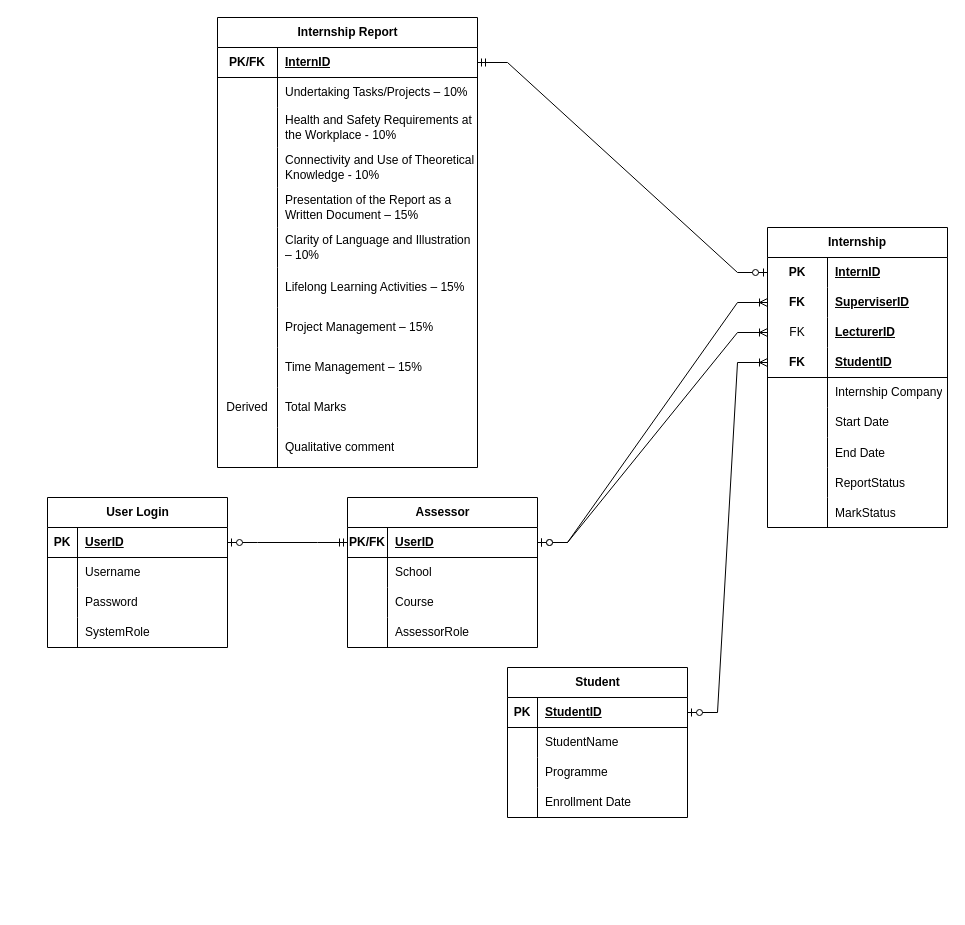
Aerodonn/Internship-Result-Management-System keeps this draw.io diagram as InternshipERDiagram.drawio. Above is the earlier version. Source tidied: cells renumbered, new cells numbered last; positions are measured from the earlier drawing's top-left corner, leaving out a move shared by most shapes. Both pictures are drawn from the tidied source at 100%, with x=0, y=0 at pixel (47, 17).
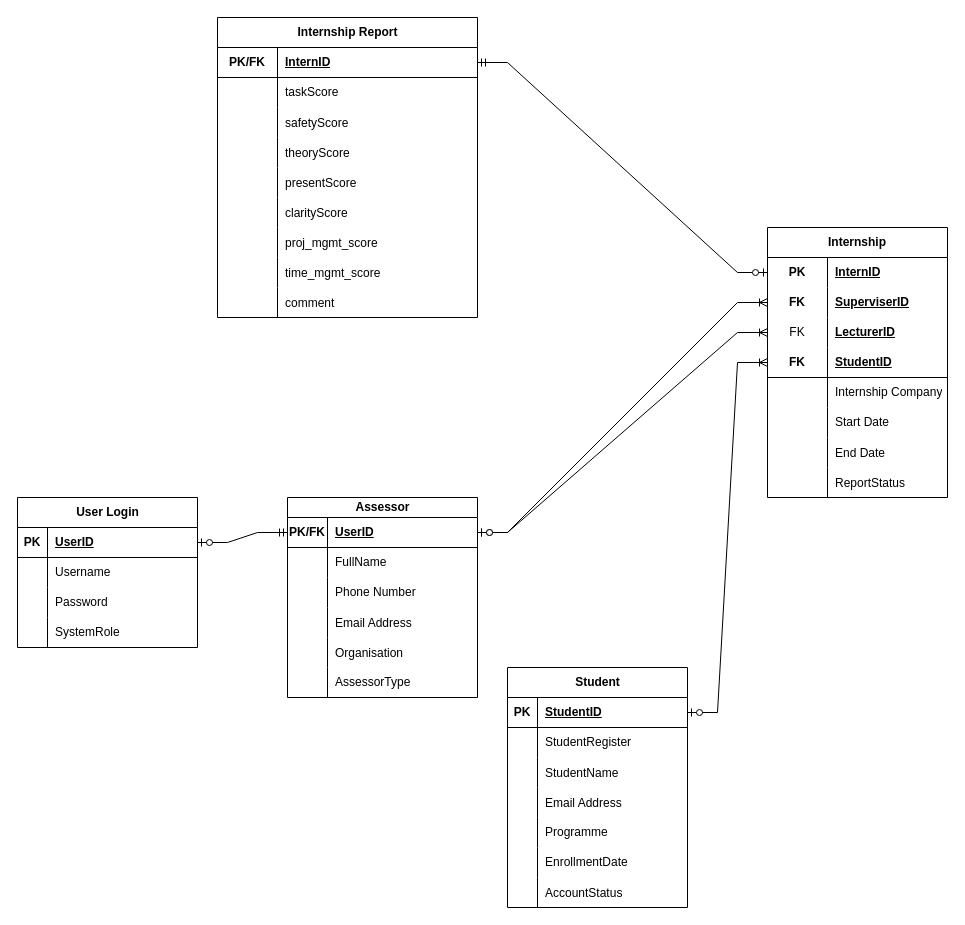
The same diagram, later.

Commit message (it also covers changes not shown here):
added table structure for sql, revised diagrams

Unchanged cells that the change refers to:
```xml
<mxCell id="6" style="shape=tableRow;horizontal=0;startSize=0;swimlaneHead=0;swimlaneBody=0;fillColor=none;top=0;left=0;right=0;bottom=0;" parent="2" vertex="1">
  <mxGeometry y="60" width="180" height="30" as="geometry" />
</mxCell>
<mxCell id="47" style="shape=tableRow;horizontal=0;startSize=0;swimlaneHead=0;swimlaneBody=0;fillColor=none;top=0;left=0;right=0;bottom=0;" parent="43" vertex="1">
  <mxGeometry y="60" width="260" height="30" as="geometry" />
</mxCell>
```

Diff of the diagram source:
```diff
@@
     <mxCell id="2" value="Student" style="shape=table;startSize=30;childLayout=tableLayout;rowLines=0;fontStyle=1;align=center;html=1;" parent="1" vertex="1">
-      <mxGeometry x="460" y="650" width="180" height="150" as="geometry" />
+      <mxGeometry x="460" y="650" width="180" height="240" as="geometry" />
     </mxCell>
@@
-    <mxCell id="8" value="StudentName" style="shape=partialRectangle;fillColor=none;top=0;left=0;bottom=0;right=0;align=left;spacingLeft=6;overflow=hidden;whiteSpace=wrap;html=1;" parent="6" vertex="1">
+    <mxCell id="8" value="StudentRegister" style="shape=partialRectangle;fillColor=none;top=0;left=0;bottom=0;right=0;align=left;spacingLeft=6;overflow=hidden;whiteSpace=wrap;html=1;" parent="6" vertex="1">
       <mxGeometry x="30" width="150" height="30" as="geometry" />
     </mxCell>
+    <mxCell id="108" style="shape=tableRow;horizontal=0;startSize=0;swimlaneHead=0;swimlaneBody=0;fillColor=none;top=0;left=0;right=0;bottom=0;" parent="2" vertex="1">
+      <mxGeometry y="90" width="180" height="30" as="geometry" />
+    </mxCell>
+    <mxCell id="109" style="shape=partialRectangle;fillColor=none;top=0;left=0;bottom=0;right=0;overflow=hidden;" parent="108" vertex="1">
+      <mxGeometry width="30" height="30" as="geometry" />
+    </mxCell>
+    <mxCell id="110" value="StudentName" style="shape=partialRectangle;fillColor=none;top=0;left=0;bottom=0;right=0;align=left;spacingLeft=6;overflow=hidden;" parent="108" vertex="1">
+      <mxGeometry x="30" width="150" height="30" as="geometry" />
+    </mxCell>
+    <mxCell id="111" style="shape=tableRow;horizontal=0;startSize=0;swimlaneHead=0;swimlaneBody=0;fillColor=none;top=0;left=0;right=0;bottom=0;" parent="2" vertex="1">
+      <mxGeometry y="120" width="180" height="30" as="geometry" />
+    </mxCell>
+    <mxCell id="112" style="shape=partialRectangle;fillColor=none;top=0;left=0;bottom=0;right=0;overflow=hidden;" parent="111" vertex="1">
+      <mxGeometry width="30" height="30" as="geometry" />
+    </mxCell>
+    <mxCell id="113" value="Email Address" style="shape=partialRectangle;fillColor=none;top=0;left=0;bottom=0;right=0;align=left;spacingLeft=6;overflow=hidden;" parent="111" vertex="1">
+      <mxGeometry x="30" width="150" height="30" as="geometry" />
+    </mxCell>
     <mxCell id="9" style="shape=tableRow;horizontal=0;startSize=0;swimlaneHead=0;swimlaneBody=0;fillColor=none;top=0;left=0;right=0;bottom=0;" parent="2" vertex="1">
-      <mxGeometry y="90" width="180" height="30" as="geometry" />
+      <mxGeometry y="150" width="180" height="30" as="geometry" />
     </mxCell>
@@
     <mxCell id="12" style="shape=tableRow;horizontal=0;startSize=0;swimlaneHead=0;swimlaneBody=0;fillColor=none;top=0;left=0;right=0;bottom=0;" parent="2" vertex="1">
-      <mxGeometry y="120" width="180" height="30" as="geometry" />
+      <mxGeometry y="180" width="180" height="30" as="geometry" />
     </mxCell>
@@
-    <mxCell id="14" value="Enrollment Date" style="shape=partialRectangle;fillColor=none;top=0;left=0;bottom=0;right=0;align=left;spacingLeft=6;overflow=hidden;whiteSpace=wrap;html=1;" parent="12" vertex="1">
+    <mxCell id="14" value="EnrollmentDate" style="shape=partialRectangle;fillColor=none;top=0;left=0;bottom=0;right=0;align=left;spacingLeft=6;overflow=hidden;whiteSpace=wrap;html=1;" parent="12" vertex="1">
       <mxGeometry x="30" width="150" height="30" as="geometry" />
     </mxCell>
+    <mxCell id="114" style="shape=tableRow;horizontal=0;startSize=0;swimlaneHead=0;swimlaneBody=0;fillColor=none;top=0;left=0;right=0;bottom=0;" parent="2" vertex="1">
+      <mxGeometry y="210" width="180" height="30" as="geometry" />
+    </mxCell>
+    <mxCell id="115" style="shape=partialRectangle;fillColor=none;top=0;left=0;bottom=0;right=0;overflow=hidden;" parent="114" vertex="1">
+      <mxGeometry width="30" height="30" as="geometry" />
+    </mxCell>
+    <mxCell id="116" value="AccountStatus" style="shape=partialRectangle;fillColor=none;top=0;left=0;bottom=0;right=0;align=left;spacingLeft=6;overflow=hidden;" parent="114" vertex="1">
+      <mxGeometry x="30" width="150" height="30" as="geometry" />
+    </mxCell>
     <mxCell id="15" value="Internship" style="shape=table;startSize=30;childLayout=tableLayout;rowLines=0;fontStyle=1;align=center;html=1;whiteSpace=wrap;" parent="1" vertex="1">
-      <mxGeometry x="720" y="210" width="180" height="300" as="geometry" />
+      <mxGeometry x="720" y="210" width="180" height="270" as="geometry" />
     </mxCell>
@@
-    <mxCell id="40" style="shape=tableRow;horizontal=0;startSize=0;swimlaneHead=0;swimlaneBody=0;fillColor=none;top=0;left=0;right=0;bottom=0;" parent="15" vertex="1">
-      <mxGeometry y="270" width="180" height="30" as="geometry" />
-    </mxCell>
-    <mxCell id="41" style="shape=partialRectangle;fillColor=none;top=0;left=0;bottom=0;right=0;overflow=hidden;" parent="40" vertex="1">
-      <mxGeometry width="60" height="30" as="geometry" />
-    </mxCell>
-    <mxCell id="42" value="MarkStatus" style="shape=partialRectangle;fillColor=none;top=0;left=0;bottom=0;right=0;align=left;spacingLeft=6;overflow=hidden;" parent="40" vertex="1">
-      <mxGeometry x="60" width="120" height="30" as="geometry" />
-    </mxCell>
     <mxCell id="43" value="Internship Report" style="shape=table;startSize=30;childLayout=tableLayout;rowLines=0;fontStyle=1;align=center;html=1;" parent="1" vertex="1">
-      <mxGeometry x="170" width="260" height="450" as="geometry" />
+      <mxGeometry x="170" width="260" height="300" as="geometry" />
     </mxCell>
@@
-    <mxCell id="49" value="Undertaking Tasks/Projects – 10%" style="shape=partialRectangle;fillColor=none;top=0;left=0;bottom=0;right=0;align=left;spacingLeft=6;overflow=hidden;whiteSpace=wrap;html=1;" parent="47" vertex="1">
+    <mxCell id="49" value="taskScore" style="shape=partialRectangle;fillColor=none;top=0;left=0;bottom=0;right=0;align=left;spacingLeft=6;overflow=hidden;whiteSpace=wrap;html=1;" parent="47" vertex="1">
       <mxGeometry x="60" width="200" height="30" as="geometry" />
     </mxCell>
-    <mxCell id="50" style="shape=tableRow;horizontal=0;startSize=0;swimlaneHead=0;swimlaneBody=0;fillColor=none;top=0;left=0;right=0;bottom=0;" parent="43" vertex="1">
-      <mxGeometry y="90" width="260" height="40" as="geometry" />
-    </mxCell>
-    <mxCell id="51" style="shape=partialRectangle;fillColor=none;top=0;left=0;bottom=0;right=0;overflow=hidden;whiteSpace=wrap;html=1;" parent="50" vertex="1">
-      <mxGeometry width="60" height="40" as="geometry" />
-    </mxCell>
-    <mxCell id="52" value="Health and Safety Requirements at the Workplace - 10%" style="shape=partialRectangle;fillColor=none;top=0;left=0;bottom=0;right=0;align=left;spacingLeft=6;overflow=hidden;whiteSpace=wrap;html=1;" parent="50" vertex="1">
-      <mxGeometry x="60" width="200" height="40" as="geometry" />
-    </mxCell>
-    <mxCell id="53" style="shape=tableRow;horizontal=0;startSize=0;swimlaneHead=0;swimlaneBody=0;fillColor=none;top=0;left=0;right=0;bottom=0;" parent="43" vertex="1">
-      <mxGeometry y="130" width="260" height="40" as="geometry" />
-    </mxCell>
-    <mxCell id="54" style="shape=partialRectangle;fillColor=none;top=0;left=0;bottom=0;right=0;overflow=hidden;whiteSpace=wrap;html=1;" parent="53" vertex="1">
-      <mxGeometry width="60" height="40" as="geometry" />
-    </mxCell>
-    <mxCell id="55" value="Connectivity and Use of Theoretical Knowledge - 10%" style="shape=partialRectangle;fillColor=none;top=0;left=0;bottom=0;right=0;align=left;spacingLeft=6;overflow=hidden;whiteSpace=wrap;html=1;" parent="53" vertex="1">
-      <mxGeometry x="60" width="200" height="40" as="geometry" />
-    </mxCell>
-    <mxCell id="56" style="shape=tableRow;horizontal=0;startSize=0;swimlaneHead=0;swimlaneBody=0;fillColor=none;top=0;left=0;right=0;bottom=0;" parent="43" vertex="1">
-      <mxGeometry y="170" width="260" height="40" as="geometry" />
-    </mxCell>
-    <mxCell id="57" style="shape=partialRectangle;fillColor=none;top=0;left=0;bottom=0;right=0;overflow=hidden;whiteSpace=wrap;html=1;" parent="56" vertex="1">
-      <mxGeometry width="60" height="40" as="geometry" />
-    </mxCell>
-    <mxCell id="58" value="Presentation of the Report as a Written Document – 15%" style="shape=partialRectangle;fillColor=none;top=0;left=0;bottom=0;right=0;align=left;spacingLeft=6;overflow=hidden;whiteSpace=wrap;html=1;" parent="56" vertex="1">
-      <mxGeometry x="60" width="200" height="40" as="geometry" />
-    </mxCell>
-    <mxCell id="59" style="shape=tableRow;horizontal=0;startSize=0;swimlaneHead=0;swimlaneBody=0;fillColor=none;top=0;left=0;right=0;bottom=0;" parent="43" vertex="1">
-      <mxGeometry y="210" width="260" height="40" as="geometry" />
-    </mxCell>
-    <mxCell id="60" style="shape=partialRectangle;fillColor=none;top=0;left=0;bottom=0;right=0;overflow=hidden;whiteSpace=wrap;html=1;" parent="59" vertex="1">
-      <mxGeometry width="60" height="40" as="geometry" />
-    </mxCell>
-    <mxCell id="61" value="Clarity of Language and Illustration – 10%" style="shape=partialRectangle;fillColor=none;top=0;left=0;bottom=0;right=0;align=left;spacingLeft=6;overflow=hidden;whiteSpace=wrap;html=1;" parent="59" vertex="1">
-      <mxGeometry x="60" width="200" height="40" as="geometry" />
-    </mxCell>
-    <mxCell id="62" style="shape=tableRow;horizontal=0;startSize=0;swimlaneHead=0;swimlaneBody=0;fillColor=none;top=0;left=0;right=0;bottom=0;" parent="43" vertex="1">
-      <mxGeometry y="250" width="260" height="40" as="geometry" />
-    </mxCell>
-    <mxCell id="63" style="shape=partialRectangle;fillColor=none;top=0;left=0;bottom=0;right=0;overflow=hidden;whiteSpace=wrap;html=1;" parent="62" vertex="1">
-      <mxGeometry width="60" height="40" as="geometry" />
-    </mxCell>
-    <mxCell id="64" value="Lifelong Learning Activities – 15%" style="shape=partialRectangle;fillColor=none;top=0;left=0;bottom=0;right=0;align=left;spacingLeft=6;overflow=hidden;whiteSpace=wrap;html=1;" parent="62" vertex="1">
-      <mxGeometry x="60" width="200" height="40" as="geometry" />
-    </mxCell>
-    <mxCell id="65" style="shape=tableRow;horizontal=0;startSize=0;swimlaneHead=0;swimlaneBody=0;fillColor=none;top=0;left=0;right=0;bottom=0;" parent="43" vertex="1">
-      <mxGeometry y="290" width="260" height="40" as="geometry" />
-    </mxCell>
-    <mxCell id="66" style="shape=partialRectangle;fillColor=none;top=0;left=0;bottom=0;right=0;overflow=hidden;whiteSpace=wrap;html=1;" parent="65" vertex="1">
-      <mxGeometry width="60" height="40" as="geometry" />
-    </mxCell>
-    <mxCell id="67" value="Project Management – 15%" style="shape=partialRectangle;fillColor=none;top=0;left=0;bottom=0;right=0;align=left;spacingLeft=6;overflow=hidden;whiteSpace=wrap;html=1;" parent="65" vertex="1">
-      <mxGeometry x="60" width="200" height="40" as="geometry" />
-    </mxCell>
-    <mxCell id="68" style="shape=tableRow;horizontal=0;startSize=0;swimlaneHead=0;swimlaneBody=0;fillColor=none;top=0;left=0;right=0;bottom=0;" parent="43" vertex="1">
-      <mxGeometry y="330" width="260" height="40" as="geometry" />
-    </mxCell>
-    <mxCell id="69" style="shape=partialRectangle;fillColor=none;top=0;left=0;bottom=0;right=0;overflow=hidden;whiteSpace=wrap;html=1;" parent="68" vertex="1">
-      <mxGeometry width="60" height="40" as="geometry" />
-    </mxCell>
-    <mxCell id="70" value="Time Management – 15%" style="shape=partialRectangle;fillColor=none;top=0;left=0;bottom=0;right=0;align=left;spacingLeft=6;overflow=hidden;whiteSpace=wrap;html=1;" parent="68" vertex="1">
-      <mxGeometry x="60" width="200" height="40" as="geometry" />
-    </mxCell>
-    <mxCell id="71" style="shape=tableRow;horizontal=0;startSize=0;swimlaneHead=0;swimlaneBody=0;fillColor=none;top=0;left=0;right=0;bottom=0;" parent="43" vertex="1">
-      <mxGeometry y="370" width="260" height="40" as="geometry" />
-    </mxCell>
-    <mxCell id="72" value="Derived" style="shape=partialRectangle;fillColor=none;top=0;left=0;bottom=0;right=0;overflow=hidden;whiteSpace=wrap;html=1;" parent="71" vertex="1">
-      <mxGeometry width="60" height="40" as="geometry" />
-    </mxCell>
-    <mxCell id="73" value="Total Marks" style="shape=partialRectangle;fillColor=none;top=0;left=0;bottom=0;right=0;align=left;spacingLeft=6;overflow=hidden;whiteSpace=wrap;html=1;" parent="71" vertex="1">
-      <mxGeometry x="60" width="200" height="40" as="geometry" />
-    </mxCell>
-    <mxCell id="74" style="shape=tableRow;horizontal=0;startSize=0;swimlaneHead=0;swimlaneBody=0;fillColor=none;top=0;left=0;right=0;bottom=0;" parent="43" vertex="1">
-      <mxGeometry y="410" width="260" height="40" as="geometry" />
-    </mxCell>
-    <mxCell id="75" style="shape=partialRectangle;fillColor=none;top=0;left=0;bottom=0;right=0;overflow=hidden;whiteSpace=wrap;html=1;" parent="74" vertex="1">
-      <mxGeometry width="60" height="40" as="geometry" />
-    </mxCell>
-    <mxCell id="76" value="Qualitative comment" style="shape=partialRectangle;fillColor=none;top=0;left=0;bottom=0;right=0;align=left;spacingLeft=6;overflow=hidden;whiteSpace=wrap;html=1;" parent="74" vertex="1">
-      <mxGeometry x="60" width="200" height="40" as="geometry" />
-    </mxCell>
+    <mxCell id="117" style="shape=tableRow;horizontal=0;startSize=0;swimlaneHead=0;swimlaneBody=0;fillColor=none;top=0;left=0;right=0;bottom=0;" parent="43" vertex="1">
+      <mxGeometry y="90" width="260" height="30" as="geometry" />
+    </mxCell>
+    <mxCell id="118" style="shape=partialRectangle;fillColor=none;top=0;left=0;bottom=0;right=0;overflow=hidden;" parent="117" vertex="1">
+      <mxGeometry width="60" height="30" as="geometry" />
+    </mxCell>
+    <mxCell id="119" value="safetyScore" style="shape=partialRectangle;fillColor=none;top=0;left=0;bottom=0;right=0;align=left;spacingLeft=6;overflow=hidden;" parent="117" vertex="1">
+      <mxGeometry x="60" width="200" height="30" as="geometry" />
+    </mxCell>
+    <mxCell id="120" style="shape=tableRow;horizontal=0;startSize=0;swimlaneHead=0;swimlaneBody=0;fillColor=none;top=0;left=0;right=0;bottom=0;" parent="43" vertex="1">
+      <mxGeometry y="120" width="260" height="30" as="geometry" />
+    </mxCell>
+    <mxCell id="121" style="shape=partialRectangle;fillColor=none;top=0;left=0;bottom=0;right=0;overflow=hidden;" parent="120" vertex="1">
+      <mxGeometry width="60" height="30" as="geometry" />
+    </mxCell>
+    <mxCell id="122" value="theoryScore" style="shape=partialRectangle;fillColor=none;top=0;left=0;bottom=0;right=0;align=left;spacingLeft=6;overflow=hidden;" parent="120" vertex="1">
+      <mxGeometry x="60" width="200" height="30" as="geometry" />
+    </mxCell>
+    <mxCell id="123" style="shape=tableRow;horizontal=0;startSize=0;swimlaneHead=0;swimlaneBody=0;fillColor=none;top=0;left=0;right=0;bottom=0;" parent="43" vertex="1">
+      <mxGeometry y="150" width="260" height="30" as="geometry" />
+    </mxCell>
+    <mxCell id="124" style="shape=partialRectangle;fillColor=none;top=0;left=0;bottom=0;right=0;overflow=hidden;" parent="123" vertex="1">
+      <mxGeometry width="60" height="30" as="geometry" />
+    </mxCell>
+    <mxCell id="125" value="presentScore" style="shape=partialRectangle;fillColor=none;top=0;left=0;bottom=0;right=0;align=left;spacingLeft=6;overflow=hidden;" parent="123" vertex="1">
+      <mxGeometry x="60" width="200" height="30" as="geometry" />
+    </mxCell>
+    <mxCell id="126" style="shape=tableRow;horizontal=0;startSize=0;swimlaneHead=0;swimlaneBody=0;fillColor=none;top=0;left=0;right=0;bottom=0;" parent="43" vertex="1">
+      <mxGeometry y="180" width="260" height="30" as="geometry" />
+    </mxCell>
+    <mxCell id="127" style="shape=partialRectangle;fillColor=none;top=0;left=0;bottom=0;right=0;overflow=hidden;" parent="126" vertex="1">
+      <mxGeometry width="60" height="30" as="geometry" />
+    </mxCell>
+    <mxCell id="128" value="clarityScore" style="shape=partialRectangle;fillColor=none;top=0;left=0;bottom=0;right=0;align=left;spacingLeft=6;overflow=hidden;" parent="126" vertex="1">
+      <mxGeometry x="60" width="200" height="30" as="geometry" />
+    </mxCell>
+    <mxCell id="129" style="shape=tableRow;horizontal=0;startSize=0;swimlaneHead=0;swimlaneBody=0;fillColor=none;top=0;left=0;right=0;bottom=0;" parent="43" vertex="1">
+      <mxGeometry y="210" width="260" height="30" as="geometry" />
+    </mxCell>
+    <mxCell id="130" style="shape=partialRectangle;fillColor=none;top=0;left=0;bottom=0;right=0;overflow=hidden;" parent="129" vertex="1">
+      <mxGeometry width="60" height="30" as="geometry" />
+    </mxCell>
+    <mxCell id="131" value="proj_mgmt_score" style="shape=partialRectangle;fillColor=none;top=0;left=0;bottom=0;right=0;align=left;spacingLeft=6;overflow=hidden;" parent="129" vertex="1">
+      <mxGeometry x="60" width="200" height="30" as="geometry" />
+    </mxCell>
+    <mxCell id="132" style="shape=tableRow;horizontal=0;startSize=0;swimlaneHead=0;swimlaneBody=0;fillColor=none;top=0;left=0;right=0;bottom=0;" parent="43" vertex="1">
+      <mxGeometry y="240" width="260" height="30" as="geometry" />
+    </mxCell>
+    <mxCell id="133" style="shape=partialRectangle;fillColor=none;top=0;left=0;bottom=0;right=0;overflow=hidden;" parent="132" vertex="1">
+      <mxGeometry width="60" height="30" as="geometry" />
+    </mxCell>
+    <mxCell id="134" value="time_mgmt_score" style="shape=partialRectangle;fillColor=none;top=0;left=0;bottom=0;right=0;align=left;spacingLeft=6;overflow=hidden;" parent="132" vertex="1">
+      <mxGeometry x="60" width="200" height="30" as="geometry" />
+    </mxCell>
+    <mxCell id="135" style="shape=tableRow;horizontal=0;startSize=0;swimlaneHead=0;swimlaneBody=0;fillColor=none;top=0;left=0;right=0;bottom=0;" parent="43" vertex="1">
+      <mxGeometry y="270" width="260" height="30" as="geometry" />
+    </mxCell>
+    <mxCell id="136" style="shape=partialRectangle;fillColor=none;top=0;left=0;bottom=0;right=0;overflow=hidden;" parent="135" vertex="1">
+      <mxGeometry width="60" height="30" as="geometry" />
+    </mxCell>
+    <mxCell id="137" value="comment" style="shape=partialRectangle;fillColor=none;top=0;left=0;bottom=0;right=0;align=left;spacingLeft=6;overflow=hidden;" parent="135" vertex="1">
+      <mxGeometry x="60" width="200" height="30" as="geometry" />
+    </mxCell>
     <mxCell id="77" value="User Login" style="shape=table;startSize=30;childLayout=tableLayout;rowLines=0;fontStyle=1;align=center;html=1;" parent="1" vertex="1">
-      <mxGeometry y="480" width="180" height="150" as="geometry" />
+      <mxGeometry x="-30" y="480" width="180" height="150" as="geometry" />
     </mxCell>
@@
-    <mxCell id="93" value="Assessor" style="shape=table;startSize=30;childLayout=tableLayout;rowLines=0;fontStyle=1;align=center;html=1;" parent="1" vertex="1">
-      <mxGeometry x="300" y="480" width="190" height="150" as="geometry" />
+    <mxCell id="93" value="Assessor" style="shape=table;startSize=20;childLayout=tableLayout;rowLines=0;fontStyle=1;align=center;html=1;" parent="1" vertex="1">
+      <mxGeometry x="240" y="480" width="190" height="200" as="geometry" />
     </mxCell>
     <mxCell id="94" style="shape=tableRow;horizontal=0;startSize=0;swimlaneHead=0;swimlaneBody=0;fillColor=none;points=[[0,0.5],[1,0.5]];portConstraint=eastwest;top=0;left=0;right=0;bottom=1;" parent="93" vertex="1">
-      <mxGeometry y="30" width="190" height="30" as="geometry" />
+      <mxGeometry y="20" width="190" height="30" as="geometry" />
     </mxCell>
@@
     <mxCell id="97" style="shape=tableRow;horizontal=0;startSize=0;swimlaneHead=0;swimlaneBody=0;fillColor=none;top=0;left=0;right=0;bottom=0;" parent="93" vertex="1">
-      <mxGeometry y="60" width="190" height="30" as="geometry" />
+      <mxGeometry y="50" width="190" height="30" as="geometry" />
     </mxCell>
@@
-    <mxCell id="99" value="School" style="shape=partialRectangle;fillColor=none;top=0;left=0;bottom=0;right=0;align=left;spacingLeft=6;overflow=hidden;whiteSpace=wrap;html=1;" parent="97" vertex="1">
+    <mxCell id="99" value="FullName" style="shape=partialRectangle;fillColor=none;top=0;left=0;bottom=0;right=0;align=left;spacingLeft=6;overflow=hidden;whiteSpace=wrap;html=1;" parent="97" vertex="1">
       <mxGeometry x="40" width="150" height="30" as="geometry" />
     </mxCell>
     <mxCell id="100" style="shape=tableRow;horizontal=0;startSize=0;swimlaneHead=0;swimlaneBody=0;fillColor=none;top=0;left=0;right=0;bottom=0;" parent="93" vertex="1">
-      <mxGeometry y="90" width="190" height="30" as="geometry" />
+      <mxGeometry y="80" width="190" height="30" as="geometry" />
     </mxCell>
@@
-    <mxCell id="102" value="Course" style="shape=partialRectangle;fillColor=none;top=0;left=0;bottom=0;right=0;align=left;spacingLeft=6;overflow=hidden;whiteSpace=wrap;html=1;" parent="100" vertex="1">
+    <mxCell id="102" value="Phone Number" style="shape=partialRectangle;fillColor=none;top=0;left=0;bottom=0;right=0;align=left;spacingLeft=6;overflow=hidden;whiteSpace=wrap;html=1;" parent="100" vertex="1">
       <mxGeometry x="40" width="150" height="30" as="geometry" />
     </mxCell>
+    <mxCell id="138" style="shape=tableRow;horizontal=0;startSize=0;swimlaneHead=0;swimlaneBody=0;fillColor=none;top=0;left=0;right=0;bottom=0;" parent="93" vertex="1">
+      <mxGeometry y="110" width="190" height="30" as="geometry" />
+    </mxCell>
+    <mxCell id="139" style="shape=partialRectangle;fillColor=none;top=0;left=0;bottom=0;right=0;overflow=hidden;" parent="138" vertex="1">
+      <mxGeometry width="40" height="30" as="geometry" />
+    </mxCell>
+    <mxCell id="140" value="Email Address" style="shape=partialRectangle;fillColor=none;top=0;left=0;bottom=0;right=0;align=left;spacingLeft=6;overflow=hidden;" parent="138" vertex="1">
+      <mxGeometry x="40" width="150" height="30" as="geometry" />
+    </mxCell>
+    <mxCell id="141" style="shape=tableRow;horizontal=0;startSize=0;swimlaneHead=0;swimlaneBody=0;fillColor=none;top=0;left=0;right=0;bottom=0;" parent="93" vertex="1">
+      <mxGeometry y="140" width="190" height="30" as="geometry" />
+    </mxCell>
+    <mxCell id="142" style="shape=partialRectangle;fillColor=none;top=0;left=0;bottom=0;right=0;overflow=hidden;" parent="141" vertex="1">
+      <mxGeometry width="40" height="30" as="geometry" />
+    </mxCell>
+    <mxCell id="143" value="Organisation " style="shape=partialRectangle;fillColor=none;top=0;left=0;bottom=0;right=0;align=left;spacingLeft=6;overflow=hidden;" parent="141" vertex="1">
+      <mxGeometry x="40" width="150" height="30" as="geometry" />
+    </mxCell>
     <mxCell id="103" style="shape=tableRow;horizontal=0;startSize=0;swimlaneHead=0;swimlaneBody=0;fillColor=none;top=0;left=0;right=0;bottom=0;" parent="93" vertex="1">
-      <mxGeometry y="120" width="190" height="30" as="geometry" />
+      <mxGeometry y="170" width="190" height="30" as="geometry" />
     </mxCell>
@@
-    <mxCell id="105" value="AssessorRole" style="shape=partialRectangle;fillColor=none;top=0;left=0;bottom=0;right=0;align=left;spacingLeft=6;overflow=hidden;whiteSpace=wrap;html=1;" parent="103" vertex="1">
+    <mxCell id="105" value="AssessorType" style="shape=partialRectangle;fillColor=none;top=0;left=0;bottom=0;right=0;align=left;spacingLeft=6;overflow=hidden;whiteSpace=wrap;html=1;" parent="103" vertex="1">
       <mxGeometry x="40" width="150" height="30" as="geometry" />
     </mxCell>
```
